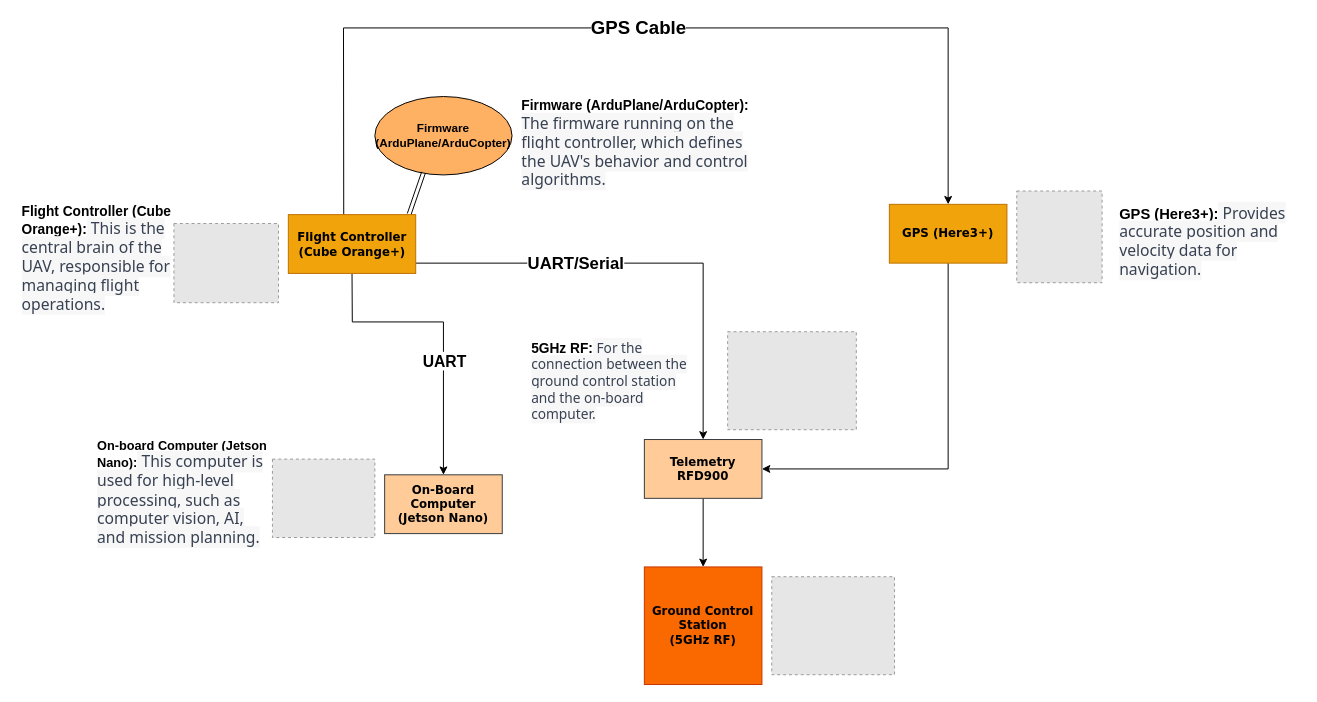
NorhanM-A/Mega-Project keeps this draw.io diagram as Untitled Diagram.drawio. Above is the earlier version. Source tidied: cells renumbered, new cells numbered last; positions are measured from the earlier drawing's top-left corner, leaving out a move shared by most shapes. Both pictures are drawn from the tidied source at 98%, with x=0, y=0 at pixel (17, 27). Pictures stored in the file or linked from it are replaced by grey dashed boxes.
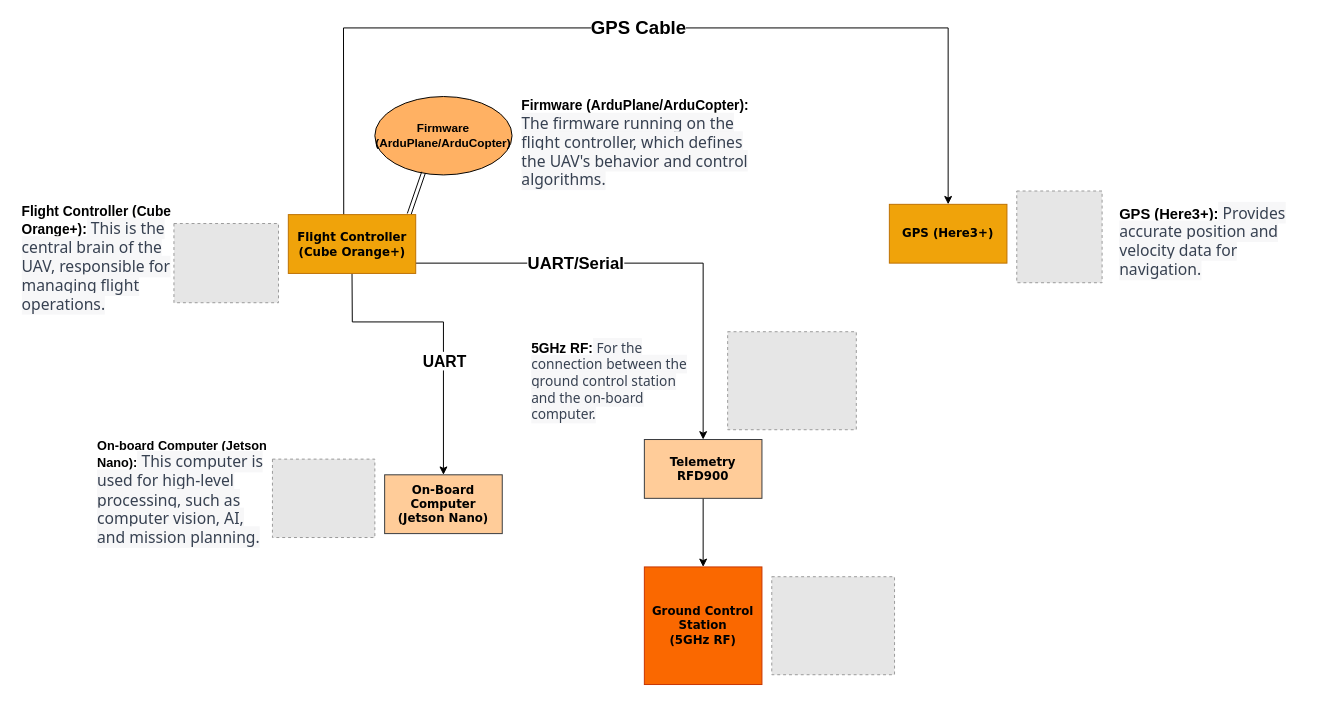
The same diagram, later.

The change refers to these unchanged cells:
```xml
<mxCell id="5" value="Telemetry RFD900" style="rounded=0;whiteSpace=wrap;html=1;fillColor=#ffcc99;strokeColor=#36393d;fontStyle=1;fontFamily=Verdana;" parent="1" vertex="1">
  <mxGeometry x="640" y="420" width="120" height="60" as="geometry" />
</mxCell>
<mxCell id="7" value="GPS (Here3+)" style="rounded=0;whiteSpace=wrap;html=1;fillColor=#f0a30a;fontColor=#000000;strokeColor=#BD7000;fontStyle=1;fontFamily=Verdana;" parent="1" vertex="1">
  <mxGeometry x="890" y="180" width="120" height="60" as="geometry" />
</mxCell>
```

What changed in the source:
```diff
@@
-    <mxCell id="6" style="edgeStyle=orthogonalEdgeStyle;rounded=0;jettySize=auto;html=1;exitX=0.5;exitY=1;exitDx=0;exitDy=0;entryX=1;entryY=0.5;entryDx=0;entryDy=0;" parent="1" edge="1" source="7" target="5">
-      <mxGeometry relative="1" as="geometry" />
-    </mxCell>
```
